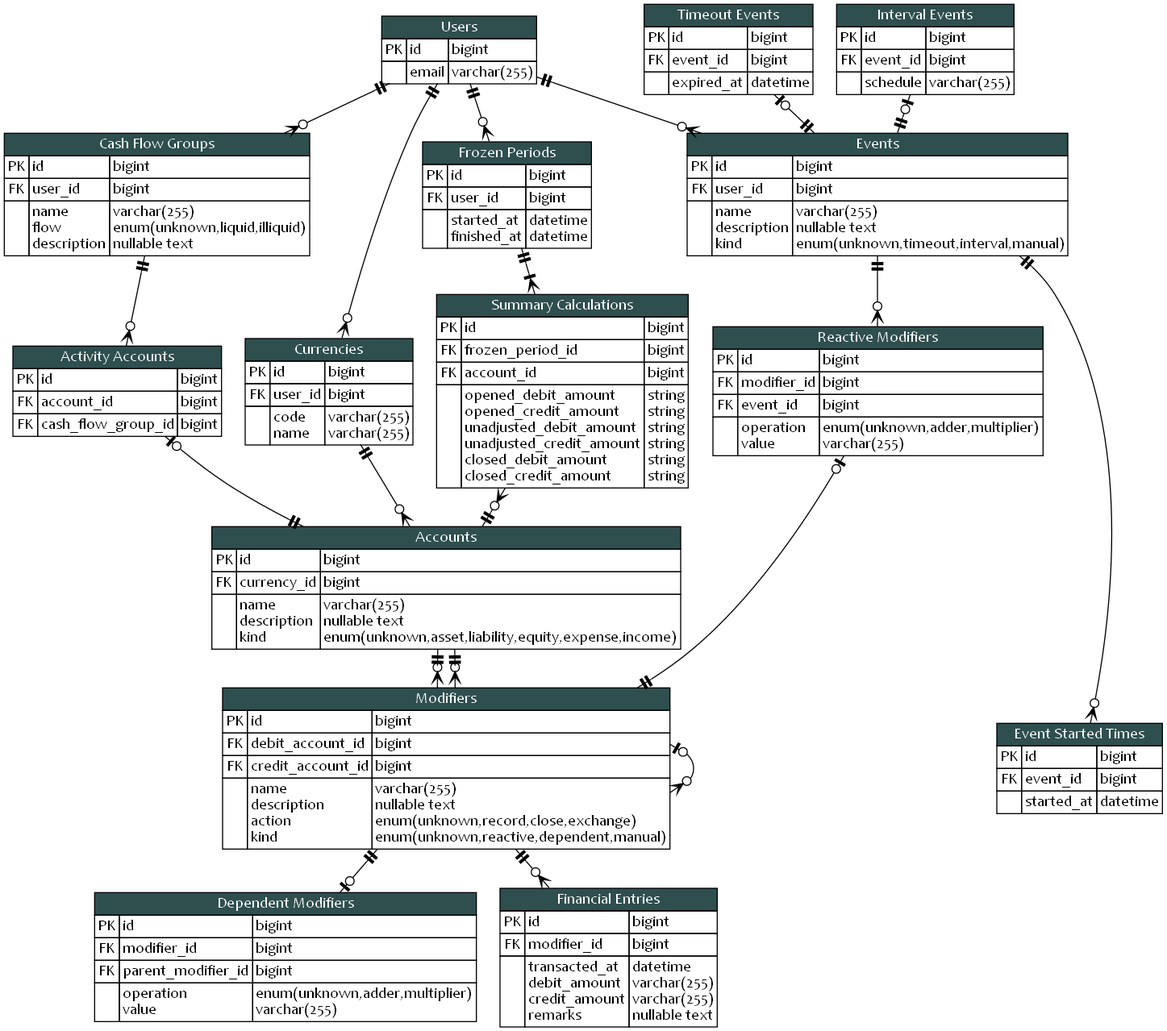
Before: blueprint/erd.png, a diagram exported from Graphviz (KennethTrecy/peratorakka_server). Its source is kept beside it as blueprint/erd.dot.
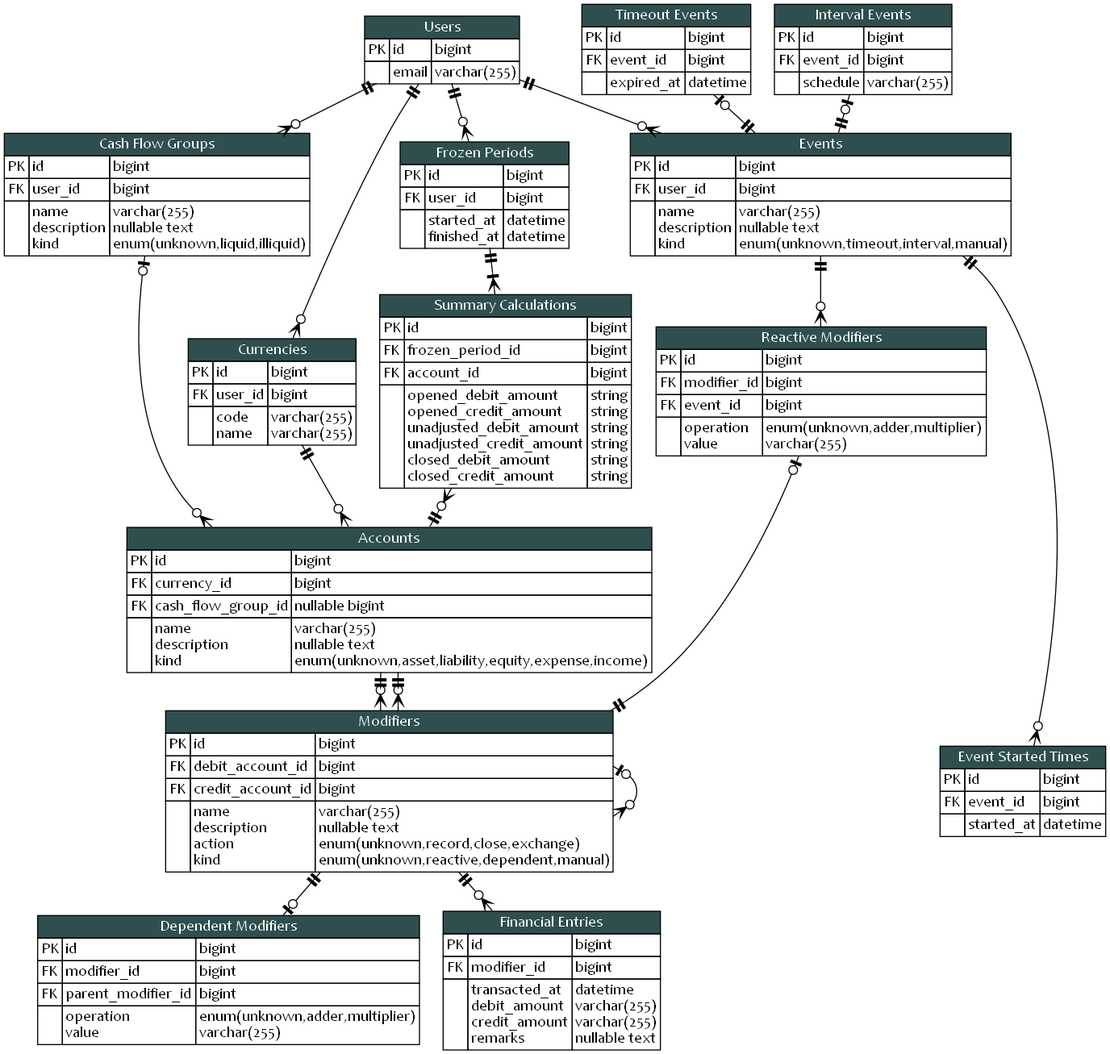
After the change.

Commit message:
docs(blueprint): allow accounts to have modifiable cash flow group

Diff of the diagram source:
```diff
@@ -91,13 +91,13 @@
 					<td></td>
 					<td align="left">
 						name<br align="left"/>
-						flow<br align="left"/>
 						description<br align="left"/>
+						kind<br align="left"/>
 					</td>
 					<td align="left">
 						varchar(255)<br align="left"/>
+						nullable text<br align="left"/>
 						enum(unknown,liquid,illiquid)<br align="left"/>
-						nullable text<br align="left"/>
 					</td>
 				</tr>
 			</table>
@@ -124,6 +124,11 @@
 					<td align="left">bigint</td>
 				</tr>
 				<tr>
+					<td>FK</td>
+					<td align="left">cash_flow_group_id</td>
+					<td align="left">nullable bigint</td>
+				</tr>
+				<tr>
 					<td></td>
 					<td align="left">
 						name<br align="left"/>
@@ -135,34 +140,6 @@
 						nullable text<br align="left"/>
 						enum(unknown,asset,liability,equity,expense,income)<br align="left"/>
 					</td>
-				</tr>
-			</table>
-			>
-		]
-		activity_accounts [
-			label = <
-			<table cellspacing="0" border="0" cellborder="1">
-				<tr>
-					<td colspan="3" bgcolor="darkslategray">
-						<font color="white">
-							Activity Accounts
-						</font>
-					</td>
-				</tr>
-				<tr>
-					<td>PK</td>
-					<td align="left">id</td>
-					<td align="left">bigint</td>
-				</tr>
-				<tr>
-					<td>FK</td>
-					<td align="left">account_id</td>
-					<td align="left">bigint</td>
-				</tr>
-				<tr>
-					<td>FK</td>
-					<td align="left">cash_flow_group_id</td>
-					<td align="left">bigint</td>
 				</tr>
 			</table>
 			>
@@ -552,7 +529,6 @@
 		events -> interval_events
 		modifiers -> reactive_modifiers
 		modifiers -> dependent_modifiers
-		accounts -> activity_accounts
 	}
 
 	{
@@ -564,7 +540,6 @@
 		users -> currencies
 		users -> cash_flow_groups
 		currencies -> accounts
-		cash_flow_groups -> activity_accounts
 		users -> events
 		accounts -> modifiers
 		accounts -> modifiers
@@ -582,6 +557,7 @@
 		]
 
 		modifiers -> modifiers
+		cash_flow_groups -> accounts
 	}
 
 	{
@@ -612,7 +588,6 @@
 		currencies
 		reactive_modifiers
 		summary_calculations
-		activity_accounts
 	}
 
 	{
```
